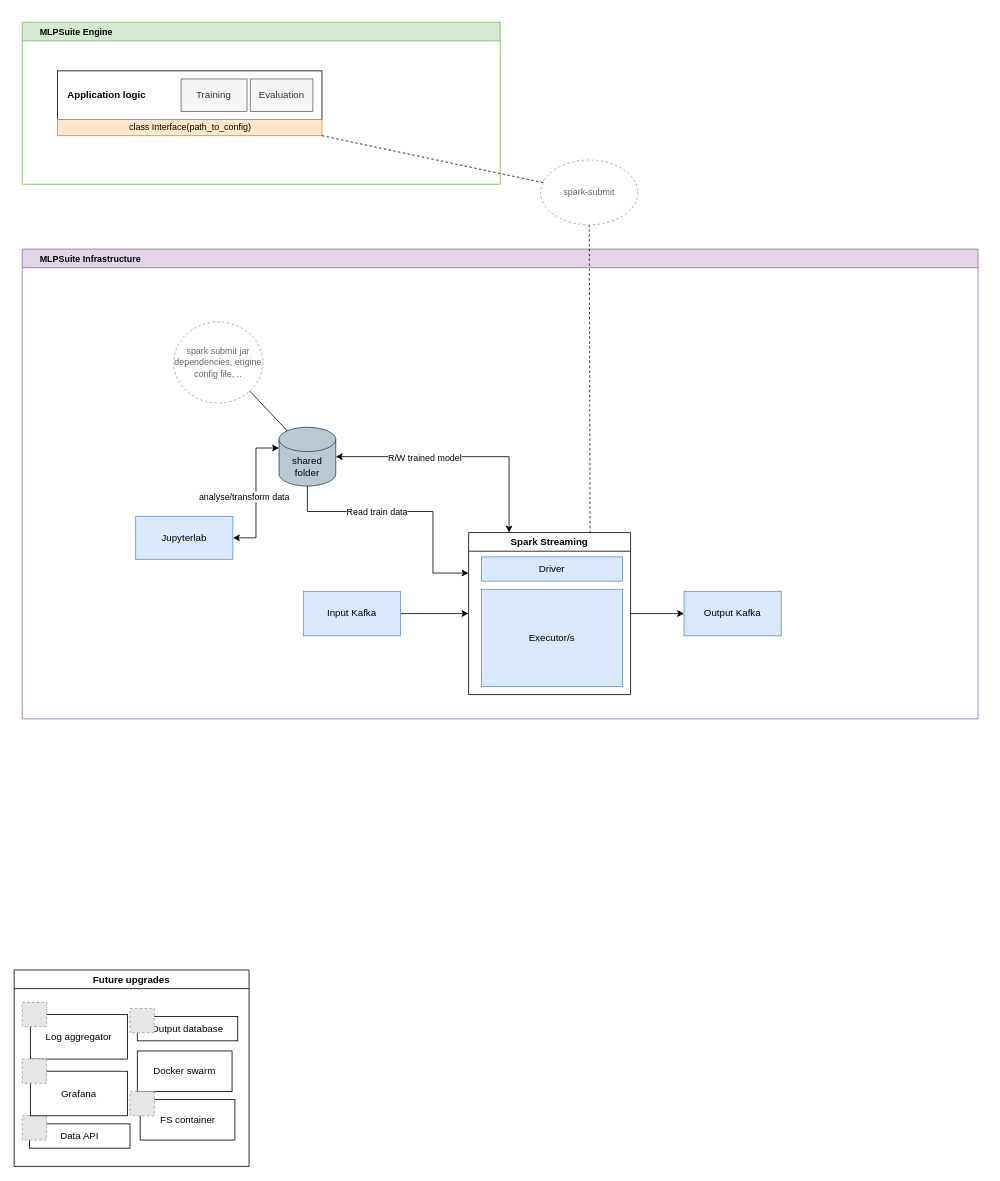
Earlier version of the draw.io diagram design/architecture.drawio (bubikhonza/mlpsuite). Source tidied: cells renumbered, new cells numbered last; positions are measured from the earlier drawing's top-left corner, leaving out a move shared by most shapes. Both pictures are drawn from the tidied source at 81%, with x=0, y=0 at pixel (14, 22). Pictures stored in the file or linked from it are replaced by grey dashed boxes.
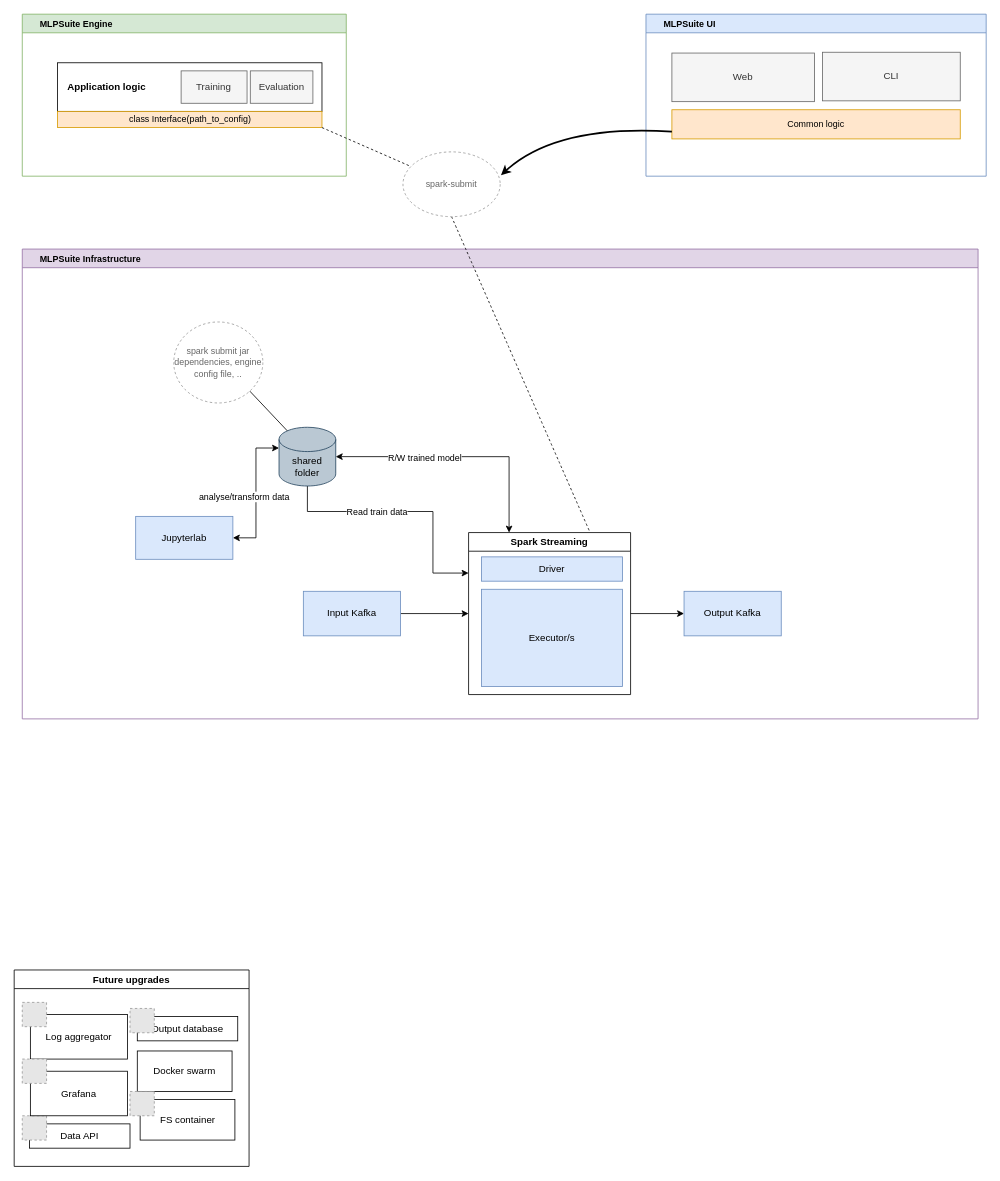
The same diagram, later.

Commit message (it also covers changes not shown here):
added mlpsuite ui readme + simple architecture

The edit, as a diff of the source:
```diff
@@
     <mxCell id="32" value="MLPSuite Engine" style="swimlane;whiteSpace=wrap;html=1;fontSize=11;align=left;spacingLeft=20;fillColor=#d5e8d4;strokeColor=#82b366;" parent="1" vertex="1">
-      <mxGeometry x="10" width="590" height="200" as="geometry" />
+      <mxGeometry x="10" y="-10" width="400" height="200" as="geometry" />
     </mxCell>
@@
     <mxCell id="39" value="spark-submit" style="ellipse;whiteSpace=wrap;html=1;dashed=1;labelBorderColor=none;strokeColor=#999999;fontSize=11;fontColor=#666666;fillColor=default;" parent="1" vertex="1">
-      <mxGeometry x="650" y="170" width="120" height="80" as="geometry" />
+      <mxGeometry x="480" y="160" width="120" height="80" as="geometry" />
     </mxCell>
@@
+    <mxCell id="41" value="MLPSuite UI" style="swimlane;whiteSpace=wrap;html=1;fontSize=11;align=left;spacingLeft=20;fillColor=#dae8fc;strokeColor=#6c8ebf;" parent="1" vertex="1">
+      <mxGeometry x="780" y="-10" width="420" height="200" as="geometry" />
+    </mxCell>
+    <mxCell id="42" value="Web" style="rounded=0;whiteSpace=wrap;html=1;fillColor=#f5f5f5;fontColor=#333333;strokeColor=#666666;" parent="41" vertex="1">
+      <mxGeometry x="32" y="48" width="176" height="60" as="geometry" />
+    </mxCell>
+    <mxCell id="43" value="CLI" style="rounded=0;whiteSpace=wrap;html=1;fillColor=#f5f5f5;fontColor=#333333;strokeColor=#666666;" parent="41" vertex="1">
+      <mxGeometry x="218" y="47" width="170" height="60" as="geometry" />
+    </mxCell>
+    <mxCell id="44" value="Common logic" style="rounded=0;whiteSpace=wrap;html=1;fontSize=11;fillColor=#ffe6cc;strokeColor=#d79b00;" parent="41" vertex="1">
+      <mxGeometry x="32" y="118" width="356" height="36" as="geometry" />
+    </mxCell>
+    <mxCell id="45" style="jettySize=auto;html=1;entryX=1.008;entryY=0.359;entryDx=0;entryDy=0;entryPerimeter=0;curved=1;exitX=0;exitY=0.75;exitDx=0;exitDy=0;endArrow=classic;endFill=1;strokeWidth=2;" parent="1" edge="1" source="44" target="39">
+      <mxGeometry relative="1" as="geometry">
+        <Array as="points">
+          <mxPoint x="670" y="126" />
+        </Array>
+      </mxGeometry>
+    </mxCell>
```
